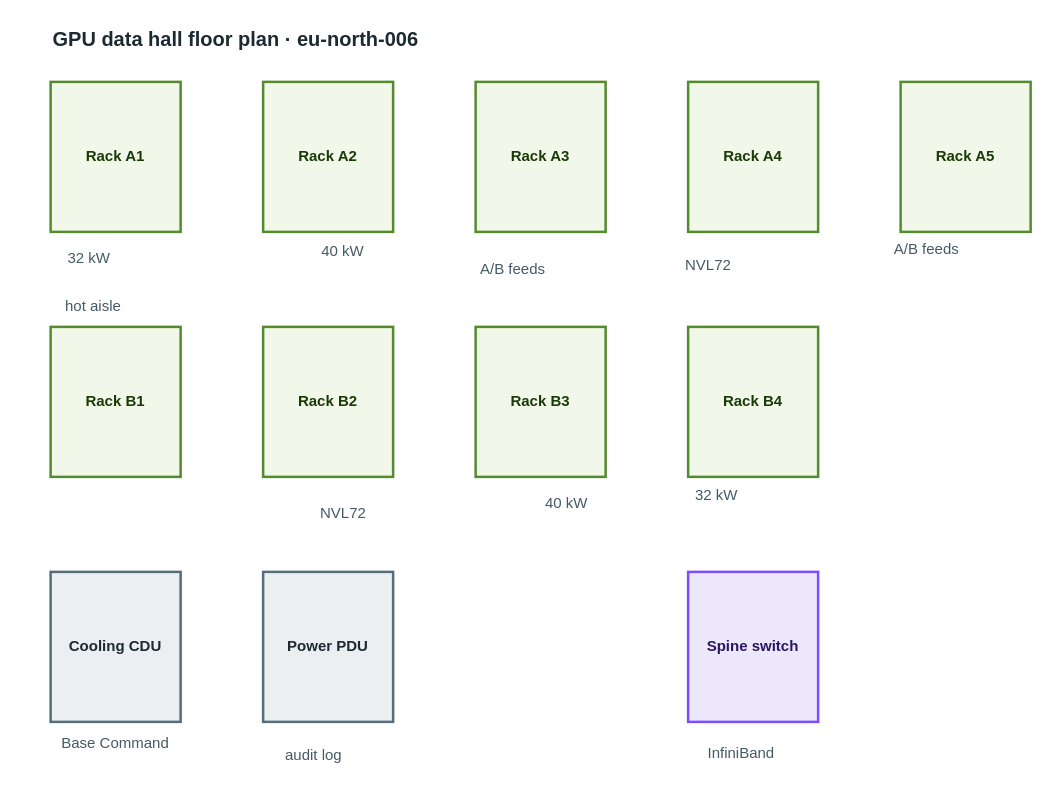
This is apps/web/public/samples/library/006-gpu-data-hall-floor-plan.drawio from AryanG01/open-apprentice, a draw.io file, before an edit. Source tidied: cells renumbered, new cells numbered last; positions are measured from the earlier drawing's top-left corner, leaving out a move shared by most shapes. Both pictures are drawn from the tidied source at 125%, with x=0, y=0 at pixel (50, 21).
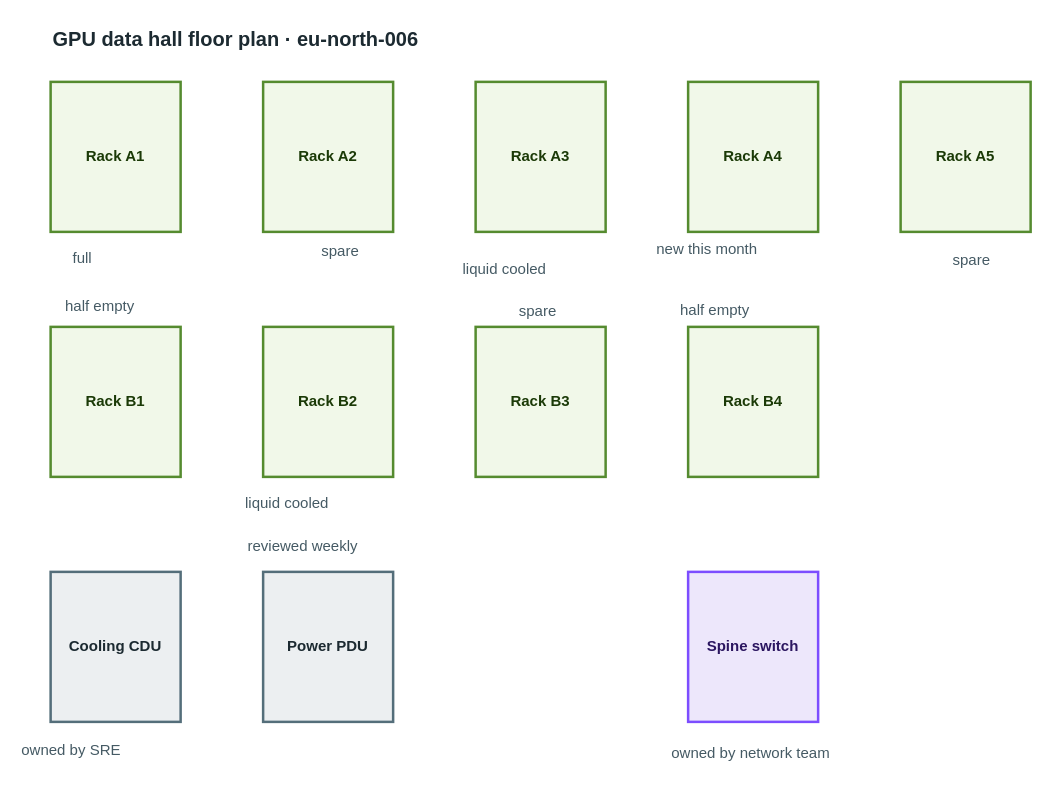
After the change.

Diff of the diagram source:
```diff
@@
-    <mxCell id="15" value="32 kW" style="text;html=1;align=left;verticalAlign=top;whiteSpace=nowrap;spacing=0;spacingTop=0;strokeColor=none;fillColor=none;fontSize=12;fontColor=#455a64;" parent="1" vertex="1">
-      <mxGeometry x="14" y="177" width="47" height="20" as="geometry" />
+    <mxCell id="15" value="full" style="text;html=1;align=left;verticalAlign=top;whiteSpace=nowrap;spacing=0;spacingTop=0;strokeColor=none;fillColor=none;fontSize=12;fontColor=#455a64;" parent="1" vertex="1">
+      <mxGeometry x="18" y="177" width="40" height="20" as="geometry" />
     </mxCell>
-    <mxCell id="16" value="40 kW" style="text;html=1;align=left;verticalAlign=top;whiteSpace=nowrap;spacing=0;spacingTop=0;strokeColor=none;fillColor=none;fontSize=12;fontColor=#455a64;" parent="1" vertex="1">
+    <mxCell id="16" value="spare" style="text;html=1;align=left;verticalAlign=top;whiteSpace=nowrap;spacing=0;spacingTop=0;strokeColor=none;fillColor=none;fontSize=12;fontColor=#455a64;" parent="1" vertex="1">
       <mxGeometry x="217" y="172" width="47" height="20" as="geometry" />
     </mxCell>
-    <mxCell id="17" value="A/B feeds" style="text;html=1;align=left;verticalAlign=top;whiteSpace=nowrap;spacing=0;spacingTop=0;strokeColor=none;fillColor=none;fontSize=12;fontColor=#455a64;" parent="1" vertex="1">
-      <mxGeometry x="344" y="186" width="75" height="20" as="geometry" />
+    <mxCell id="17" value="liquid cooled" style="text;html=1;align=left;verticalAlign=top;whiteSpace=nowrap;spacing=0;spacingTop=0;strokeColor=none;fillColor=none;fontSize=12;fontColor=#455a64;" parent="1" vertex="1">
+      <mxGeometry x="330" y="186" width="103" height="20" as="geometry" />
     </mxCell>
-    <mxCell id="18" value="NVL72" style="text;html=1;align=left;verticalAlign=top;whiteSpace=nowrap;spacing=0;spacingTop=0;strokeColor=none;fillColor=none;fontSize=12;fontColor=#455a64;" parent="1" vertex="1">
-      <mxGeometry x="508" y="183" width="47" height="20" as="geometry" />
+    <mxCell id="18" value="new this month" style="text;html=1;align=left;verticalAlign=top;whiteSpace=nowrap;spacing=0;spacingTop=0;strokeColor=none;fillColor=none;fontSize=12;fontColor=#455a64;" parent="1" vertex="1">
+      <mxGeometry x="485" y="170" width="110" height="20" as="geometry" />
     </mxCell>
-    <mxCell id="19" value="A/B feeds" style="text;html=1;align=left;verticalAlign=top;whiteSpace=nowrap;spacing=0;spacingTop=0;strokeColor=none;fillColor=none;fontSize=12;fontColor=#455a64;" parent="1" vertex="1">
-      <mxGeometry x="675" y="170" width="75" height="20" as="geometry" />
+    <mxCell id="19" value="spare" style="text;html=1;align=left;verticalAlign=top;whiteSpace=nowrap;spacing=0;spacingTop=0;strokeColor=none;fillColor=none;fontSize=12;fontColor=#455a64;" parent="1" vertex="1">
+      <mxGeometry x="722" y="179" width="47" height="20" as="geometry" />
     </mxCell>
-    <mxCell id="20" value="hot aisle" style="text;html=1;align=left;verticalAlign=top;whiteSpace=nowrap;spacing=0;spacingTop=0;strokeColor=none;fillColor=none;fontSize=12;fontColor=#455a64;" parent="1" vertex="1">
-      <mxGeometry x="12" y="216" width="75" height="20" as="geometry" />
+    <mxCell id="20" value="half empty" style="text;html=1;align=left;verticalAlign=top;whiteSpace=nowrap;spacing=0;spacingTop=0;strokeColor=none;fillColor=none;fontSize=12;fontColor=#455a64;" parent="1" vertex="1">
+      <mxGeometry x="12" y="216" width="82" height="20" as="geometry" />
     </mxCell>
-    <mxCell id="21" value="NVL72" style="text;html=1;align=left;verticalAlign=top;whiteSpace=nowrap;spacing=0;spacingTop=0;strokeColor=none;fillColor=none;fontSize=12;fontColor=#455a64;" parent="1" vertex="1">
-      <mxGeometry x="216" y="381" width="47" height="20" as="geometry" />
+    <mxCell id="21" value="liquid cooled" style="text;html=1;align=left;verticalAlign=top;whiteSpace=nowrap;spacing=0;spacingTop=0;strokeColor=none;fillColor=none;fontSize=12;fontColor=#455a64;" parent="1" vertex="1">
+      <mxGeometry x="156" y="373" width="103" height="20" as="geometry" />
     </mxCell>
-    <mxCell id="22" value="40 kW" style="text;html=1;align=left;verticalAlign=top;whiteSpace=nowrap;spacing=0;spacingTop=0;strokeColor=none;fillColor=none;fontSize=12;fontColor=#455a64;" parent="1" vertex="1">
-      <mxGeometry x="396" y="373" width="47" height="20" as="geometry" />
+    <mxCell id="22" value="spare" style="text;html=1;align=left;verticalAlign=top;whiteSpace=nowrap;spacing=0;spacingTop=0;strokeColor=none;fillColor=none;fontSize=12;fontColor=#455a64;" parent="1" vertex="1">
+      <mxGeometry x="375" y="220" width="47" height="20" as="geometry" />
     </mxCell>
-    <mxCell id="23" value="32 kW" style="text;html=1;align=left;verticalAlign=top;whiteSpace=nowrap;spacing=0;spacingTop=0;strokeColor=none;fillColor=none;fontSize=12;fontColor=#455a64;" parent="1" vertex="1">
-      <mxGeometry x="516" y="367" width="47" height="20" as="geometry" />
+    <mxCell id="23" value="half empty" style="text;html=1;align=left;verticalAlign=top;whiteSpace=nowrap;spacing=0;spacingTop=0;strokeColor=none;fillColor=none;fontSize=12;fontColor=#455a64;" parent="1" vertex="1">
+      <mxGeometry x="504" y="219" width="82" height="20" as="geometry" />
     </mxCell>
-    <mxCell id="24" value="Base Command" style="text;html=1;align=left;verticalAlign=top;whiteSpace=nowrap;spacing=0;spacingTop=0;strokeColor=none;fillColor=none;fontSize=12;fontColor=#455a64;" parent="1" vertex="1">
-      <mxGeometry x="9" y="565" width="96" height="20" as="geometry" />
+    <mxCell id="24" value="owned by SRE" style="text;html=1;align=left;verticalAlign=top;whiteSpace=nowrap;spacing=0;spacingTop=0;strokeColor=none;fillColor=none;fontSize=12;fontColor=#455a64;" parent="1" vertex="1">
+      <mxGeometry x="-23" y="571" width="96" height="20" as="geometry" />
     </mxCell>
-    <mxCell id="25" value="audit log" style="text;html=1;align=left;verticalAlign=top;whiteSpace=nowrap;spacing=0;spacingTop=0;strokeColor=none;fillColor=none;fontSize=12;fontColor=#455a64;" parent="1" vertex="1">
-      <mxGeometry x="188" y="575" width="75" height="20" as="geometry" />
+    <mxCell id="25" value="reviewed weekly" style="text;html=1;align=left;verticalAlign=top;whiteSpace=nowrap;spacing=0;spacingTop=0;strokeColor=none;fillColor=none;fontSize=12;fontColor=#455a64;" parent="1" vertex="1">
+      <mxGeometry x="158" y="408" width="117" height="20" as="geometry" />
     </mxCell>
-    <mxCell id="26" value="InfiniBand" style="text;html=1;align=left;verticalAlign=top;whiteSpace=nowrap;spacing=0;spacingTop=0;strokeColor=none;fillColor=none;fontSize=12;fontColor=#455a64;" parent="1" vertex="1">
-      <mxGeometry x="526" y="573" width="82" height="20" as="geometry" />
+    <mxCell id="26" value="owned by network team" style="text;html=1;align=left;verticalAlign=top;whiteSpace=nowrap;spacing=0;spacingTop=0;strokeColor=none;fillColor=none;fontSize=12;fontColor=#455a64;" parent="1" vertex="1">
+      <mxGeometry x="497" y="573" width="159" height="20" as="geometry" />
     </mxCell>
```
